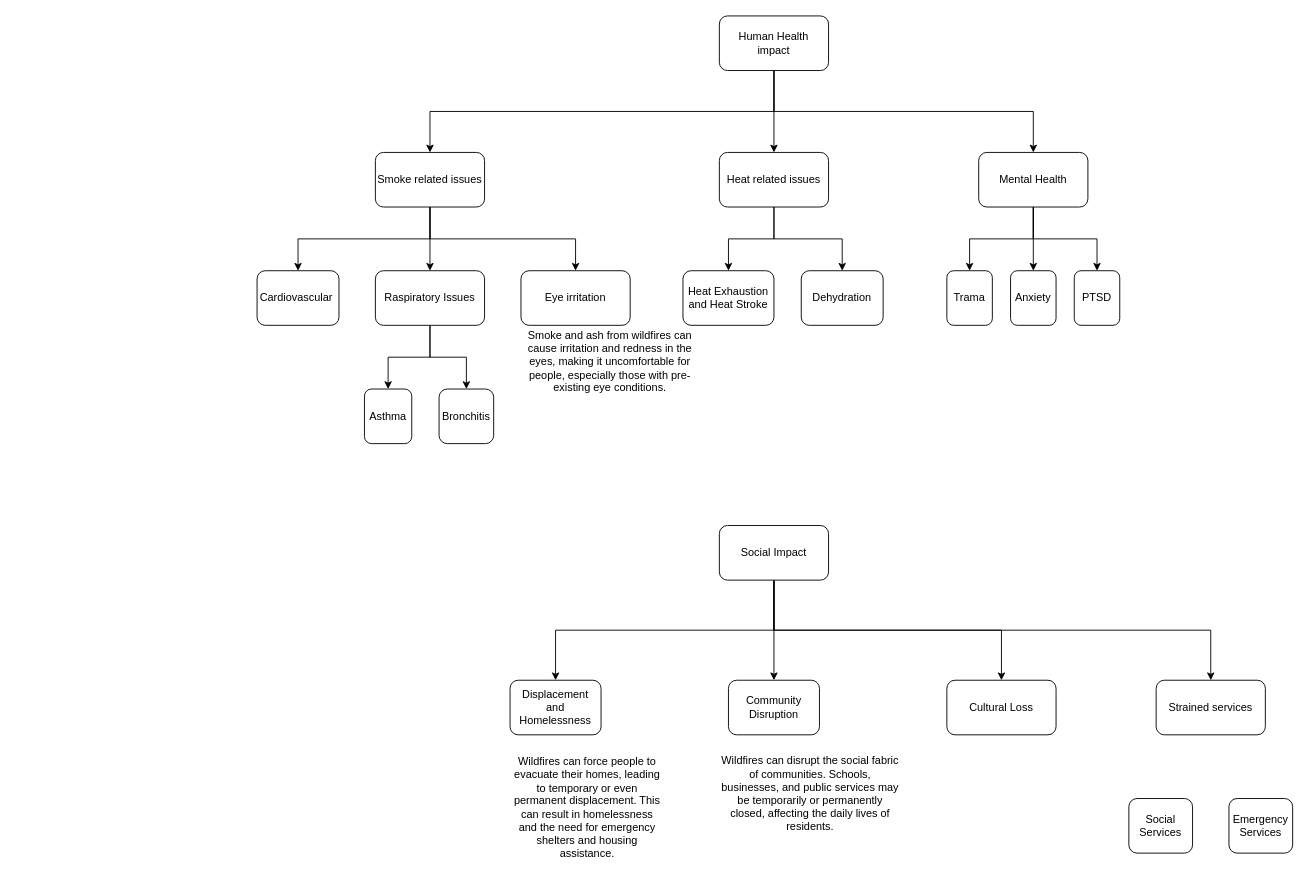
Earlier version of the draw.io diagram wildfire.drawio (cld4h/draw.io-documents). Source tidied: cells renumbered, new cells numbered last; positions are measured from the earlier drawing's top-left corner, leaving out a move shared by most shapes. Both pictures are drawn from the tidied source at 91%, with x=0, y=0 at pixel (257, 15).
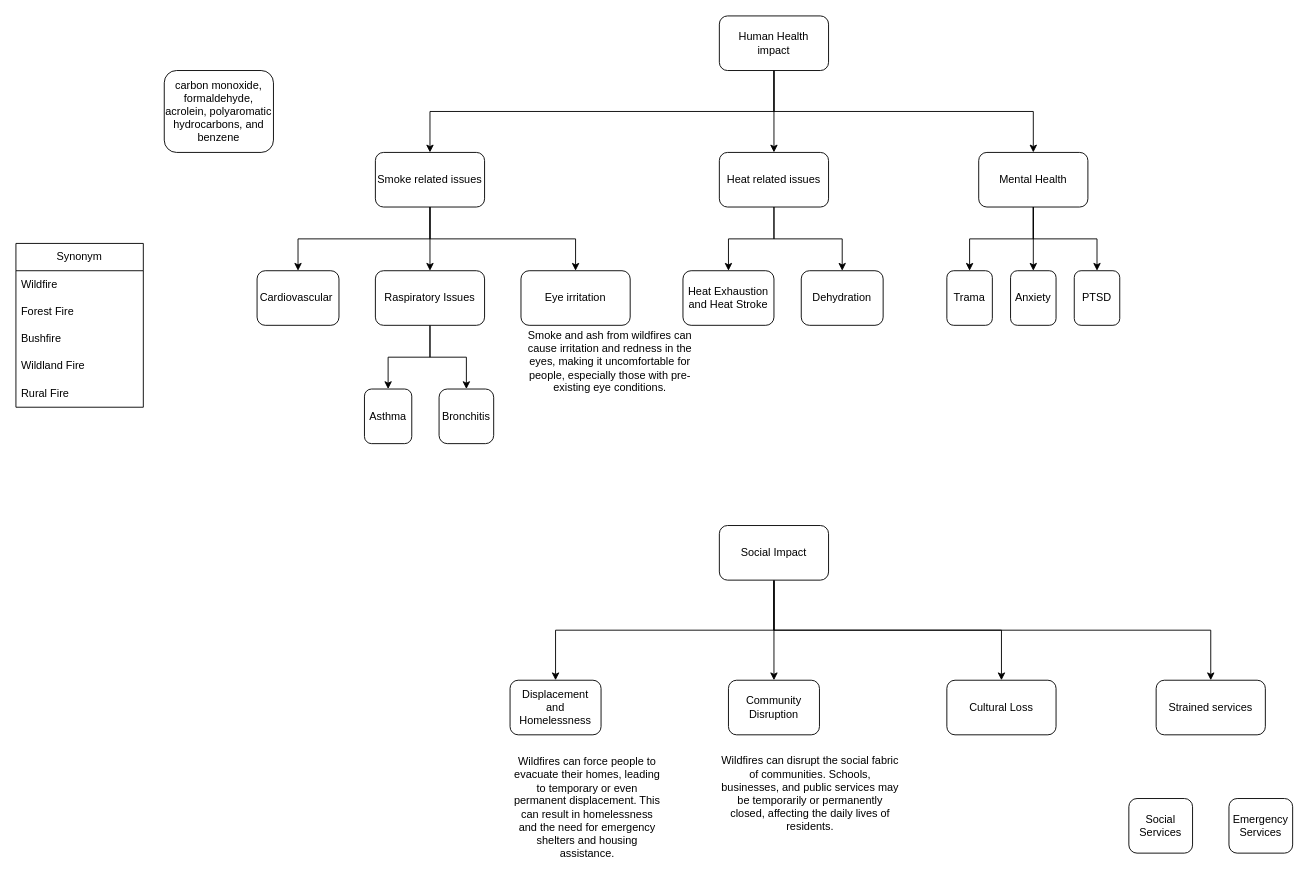
Above is the later version.

Change to the diagram source:
```diff
@@
+    <mxCell id="43" value="Synonym" style="swimlane;fontStyle=0;horizontal=1;startSize=30;whiteSpace=wrap;html=1;" parent="1" vertex="1">
+      <mxGeometry x="-265" y="250" width="140" height="180" as="geometry" />
+    </mxCell>
+    <mxCell id="44" value="Wildfire" style="text;strokeColor=none;fillColor=none;align=left;verticalAlign=middle;spacingLeft=4;spacingRight=4;overflow=hidden;whiteSpace=wrap;html=1;" parent="43" vertex="1">
+      <mxGeometry y="30" width="140" height="30" as="geometry" />
+    </mxCell>
+    <mxCell id="45" value="Forest Fire" style="text;strokeColor=none;fillColor=none;align=left;verticalAlign=middle;spacingLeft=4;spacingRight=4;overflow=hidden;whiteSpace=wrap;html=1;" parent="43" vertex="1">
+      <mxGeometry y="60" width="140" height="30" as="geometry" />
+    </mxCell>
+    <mxCell id="46" value="Bushfire" style="text;strokeColor=none;fillColor=none;align=left;verticalAlign=middle;spacingLeft=4;spacingRight=4;overflow=hidden;whiteSpace=wrap;html=1;" parent="43" vertex="1">
+      <mxGeometry y="90" width="140" height="30" as="geometry" />
+    </mxCell>
+    <mxCell id="47" value="Wildland Fire" style="text;strokeColor=none;fillColor=none;align=left;verticalAlign=middle;spacingLeft=4;spacingRight=4;overflow=hidden;whiteSpace=wrap;html=1;" parent="43" vertex="1">
+      <mxGeometry y="120" width="140" height="30" as="geometry" />
+    </mxCell>
+    <mxCell id="48" value="Rural Fire" style="text;strokeColor=none;fillColor=none;align=left;verticalAlign=middle;spacingLeft=4;spacingRight=4;overflow=hidden;whiteSpace=wrap;html=1;" parent="43" vertex="1">
+      <mxGeometry y="150" width="140" height="30" as="geometry" />
+    </mxCell>
+    <mxCell id="49" value="carbon monoxide, formaldehyde, acrolein, polyaromatic hydrocarbons, and benzene" style="rounded=1;whiteSpace=wrap;html=1;" parent="1" vertex="1">
+      <mxGeometry x="-102" y="60" width="120" height="90" as="geometry" />
+    </mxCell>
```
